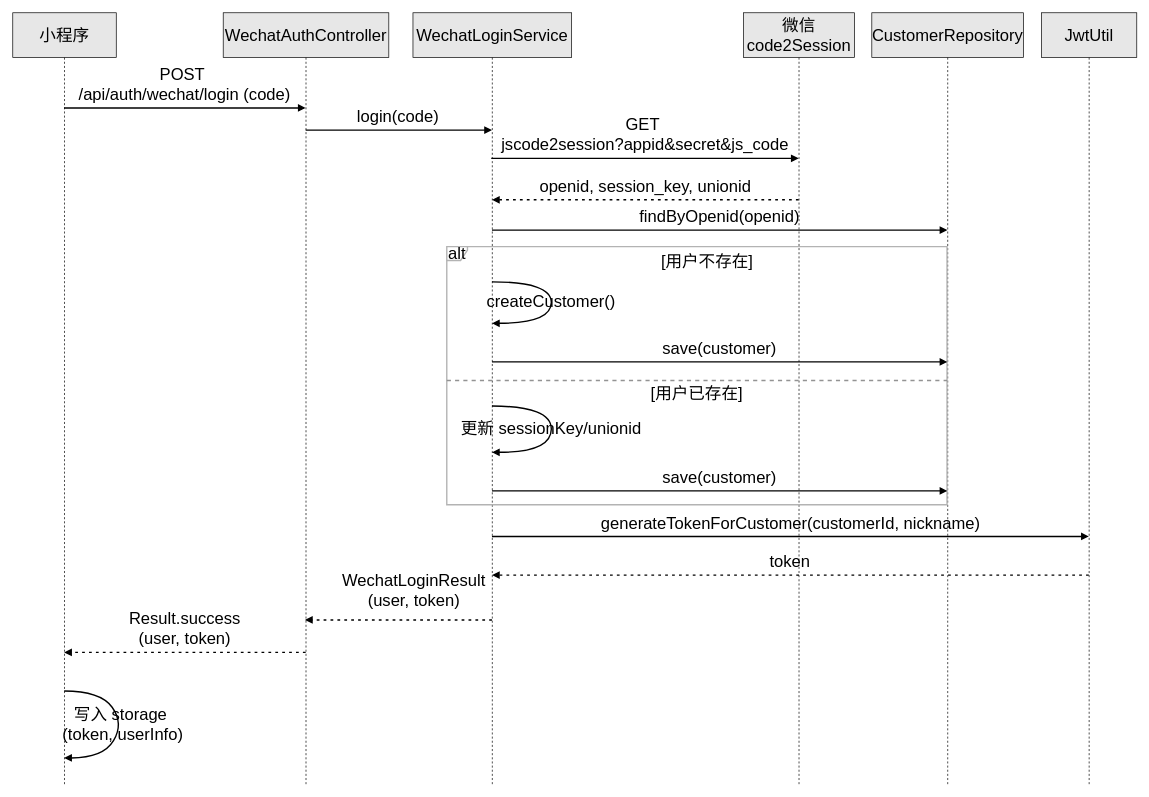
This is page "小程序登录时序图" (19 of 31) of 题库E-R.drawio from ChenLiheng/question-project, a draw.io file, before an edit. Source tidied: cells renumbered, new cells numbered last; positions are measured from the earlier drawing's top-left corner, leaving out a move shared by most shapes. Both pictures are drawn from the tidied source at 69%, with x=0, y=0 at pixel (12, 12).
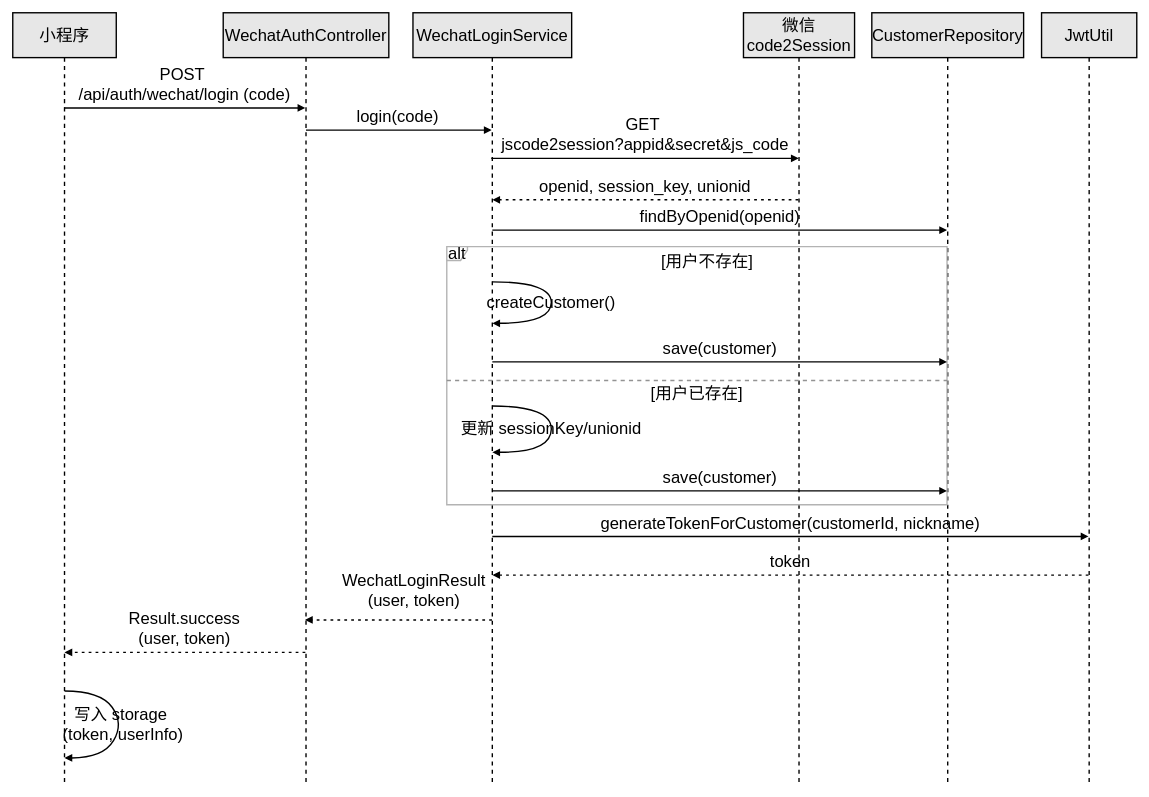
The same diagram, later.

Change to the diagram source:
```diff
@@
-    <mxCell id="2" value="小程序" style="shape=umlLifeline;perimeter=lifelinePerimeter;whiteSpace=wrap;outlineConnect=0;portConstraint=eastwest;newEdgeStyle={&quot;edgeStyle&quot;:&quot;elbowEdgeStyle&quot;,&quot;elbow&quot;:&quot;vertical&quot;,&quot;curved&quot;:0,&quot;rounded&quot;:0};size=65;fontSize=24;fillColor=#E7E7E7;expandToFront=0;gradientColor=none;strokeWidth=1;rounded=0;shadow=0;glass=0;" parent="1" vertex="1">
+    <mxCell id="2" value="小程序" style="shape=umlLifeline;perimeter=lifelinePerimeter;whiteSpace=wrap;outlineConnect=0;portConstraint=eastwest;newEdgeStyle={&quot;edgeStyle&quot;:&quot;elbowEdgeStyle&quot;,&quot;elbow&quot;:&quot;vertical&quot;,&quot;curved&quot;:0,&quot;rounded&quot;:0};size=65;fontSize=24;fillColor=#E7E7E7;expandToFront=0;gradientColor=none;strokeWidth=2;rounded=0;shadow=0;glass=0;" parent="1" vertex="1">
       <mxGeometry width="150" height="1119" as="geometry" />
     </mxCell>
-    <mxCell id="3" value="WechatAuthController" style="shape=umlLifeline;perimeter=lifelinePerimeter;whiteSpace=wrap;outlineConnect=0;portConstraint=eastwest;newEdgeStyle={&quot;edgeStyle&quot;:&quot;elbowEdgeStyle&quot;,&quot;elbow&quot;:&quot;vertical&quot;,&quot;curved&quot;:0,&quot;rounded&quot;:0};size=65;fillColor=#E7E7E7;fontSize=24;" parent="1" vertex="1">
+    <mxCell id="3" value="WechatAuthController" style="shape=umlLifeline;perimeter=lifelinePerimeter;whiteSpace=wrap;outlineConnect=0;portConstraint=eastwest;newEdgeStyle={&quot;edgeStyle&quot;:&quot;elbowEdgeStyle&quot;,&quot;elbow&quot;:&quot;vertical&quot;,&quot;curved&quot;:0,&quot;rounded&quot;:0};size=65;fillColor=#E7E7E7;fontSize=24;strokeWidth=2;" parent="1" vertex="1">
       <mxGeometry x="305" width="240" height="1118" as="geometry" />
     </mxCell>
-    <mxCell id="4" value="WechatLoginService" style="shape=umlLifeline;perimeter=lifelinePerimeter;whiteSpace=wrap;outlineConnect=0;portConstraint=eastwest;newEdgeStyle={&quot;edgeStyle&quot;:&quot;elbowEdgeStyle&quot;,&quot;elbow&quot;:&quot;vertical&quot;,&quot;curved&quot;:0,&quot;rounded&quot;:0};size=65;fillColor=#E7E7E7;fontSize=24;" parent="1" vertex="1">
+    <mxCell id="4" value="WechatLoginService" style="shape=umlLifeline;perimeter=lifelinePerimeter;whiteSpace=wrap;outlineConnect=0;portConstraint=eastwest;newEdgeStyle={&quot;edgeStyle&quot;:&quot;elbowEdgeStyle&quot;,&quot;elbow&quot;:&quot;vertical&quot;,&quot;curved&quot;:0,&quot;rounded&quot;:0};size=65;fillColor=#E7E7E7;fontSize=24;strokeWidth=2;" parent="1" vertex="1">
       <mxGeometry x="580" width="230" height="1118" as="geometry" />
     </mxCell>
-    <mxCell id="5" value="微信 code2Session" style="shape=umlLifeline;perimeter=lifelinePerimeter;whiteSpace=wrap;outlineConnect=0;portConstraint=eastwest;newEdgeStyle={&quot;edgeStyle&quot;:&quot;elbowEdgeStyle&quot;,&quot;elbow&quot;:&quot;vertical&quot;,&quot;curved&quot;:0,&quot;rounded&quot;:0};size=65;fillColor=#E7E7E7;fontSize=24;" parent="1" vertex="1">
+    <mxCell id="5" value="微信 code2Session" style="shape=umlLifeline;perimeter=lifelinePerimeter;whiteSpace=wrap;outlineConnect=0;portConstraint=eastwest;newEdgeStyle={&quot;edgeStyle&quot;:&quot;elbowEdgeStyle&quot;,&quot;elbow&quot;:&quot;vertical&quot;,&quot;curved&quot;:0,&quot;rounded&quot;:0};size=65;fillColor=#E7E7E7;fontSize=24;strokeWidth=2;" parent="1" vertex="1">
       <mxGeometry x="1059" width="161" height="1118" as="geometry" />
     </mxCell>
-    <mxCell id="6" value="CustomerRepository" style="shape=umlLifeline;perimeter=lifelinePerimeter;whiteSpace=wrap;outlineConnect=0;portConstraint=eastwest;newEdgeStyle={&quot;edgeStyle&quot;:&quot;elbowEdgeStyle&quot;,&quot;elbow&quot;:&quot;vertical&quot;,&quot;curved&quot;:0,&quot;rounded&quot;:0};size=65;fillColor=#E7E7E7;fontSize=24;" parent="1" vertex="1">
+    <mxCell id="6" value="CustomerRepository" style="shape=umlLifeline;perimeter=lifelinePerimeter;whiteSpace=wrap;outlineConnect=0;portConstraint=eastwest;newEdgeStyle={&quot;edgeStyle&quot;:&quot;elbowEdgeStyle&quot;,&quot;elbow&quot;:&quot;vertical&quot;,&quot;curved&quot;:0,&quot;rounded&quot;:0};size=65;fillColor=#E7E7E7;fontSize=24;strokeWidth=2;" parent="1" vertex="1">
       <mxGeometry x="1245" width="220" height="1118" as="geometry" />
     </mxCell>
-    <mxCell id="7" value="JwtUtil" style="shape=umlLifeline;perimeter=lifelinePerimeter;whiteSpace=wrap;outlineConnect=0;portConstraint=eastwest;newEdgeStyle={&quot;edgeStyle&quot;:&quot;elbowEdgeStyle&quot;,&quot;elbow&quot;:&quot;vertical&quot;,&quot;curved&quot;:0,&quot;rounded&quot;:0};size=65;fillColor=#E7E7E7;fontSize=24;" parent="1" vertex="1">
+    <mxCell id="7" value="JwtUtil" style="shape=umlLifeline;perimeter=lifelinePerimeter;whiteSpace=wrap;outlineConnect=0;portConstraint=eastwest;newEdgeStyle={&quot;edgeStyle&quot;:&quot;elbowEdgeStyle&quot;,&quot;elbow&quot;:&quot;vertical&quot;,&quot;curved&quot;:0,&quot;rounded&quot;:0};size=65;fillColor=#E7E7E7;fontSize=24;strokeWidth=2;" parent="1" vertex="1">
       <mxGeometry x="1491" width="138" height="1118" as="geometry" />
     </mxCell>
```
